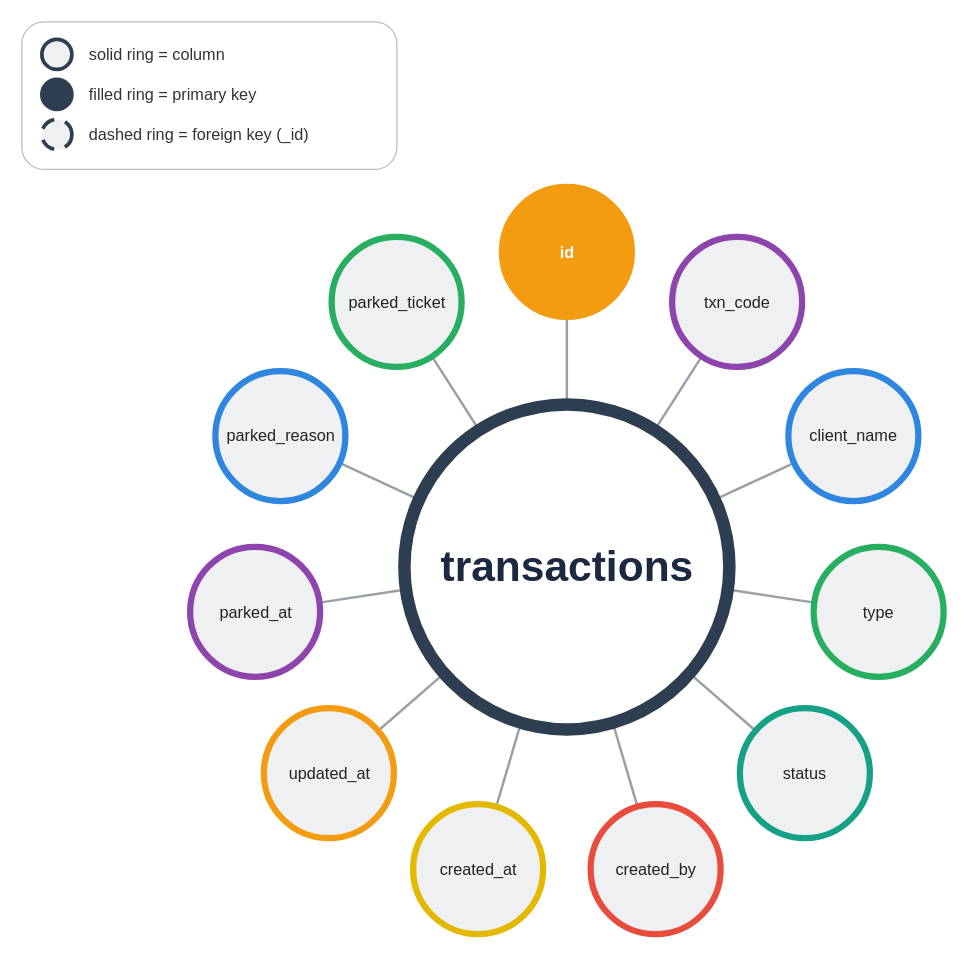
Above: page "transactions" (7 of 39) of Docs/CROMS_Data_Entry_Table_Diagrams.drawio in ivanpalogan/CROMS08082026 (draw.io), before the change. Source tidied: cells renumbered, new cells numbered last; positions are measured from the earlier drawing's top-left corner, leaving out a move shared by most shapes. Both pictures are drawn from the tidied source at 125%, with x=0, y=0 at pixel (21, 21).
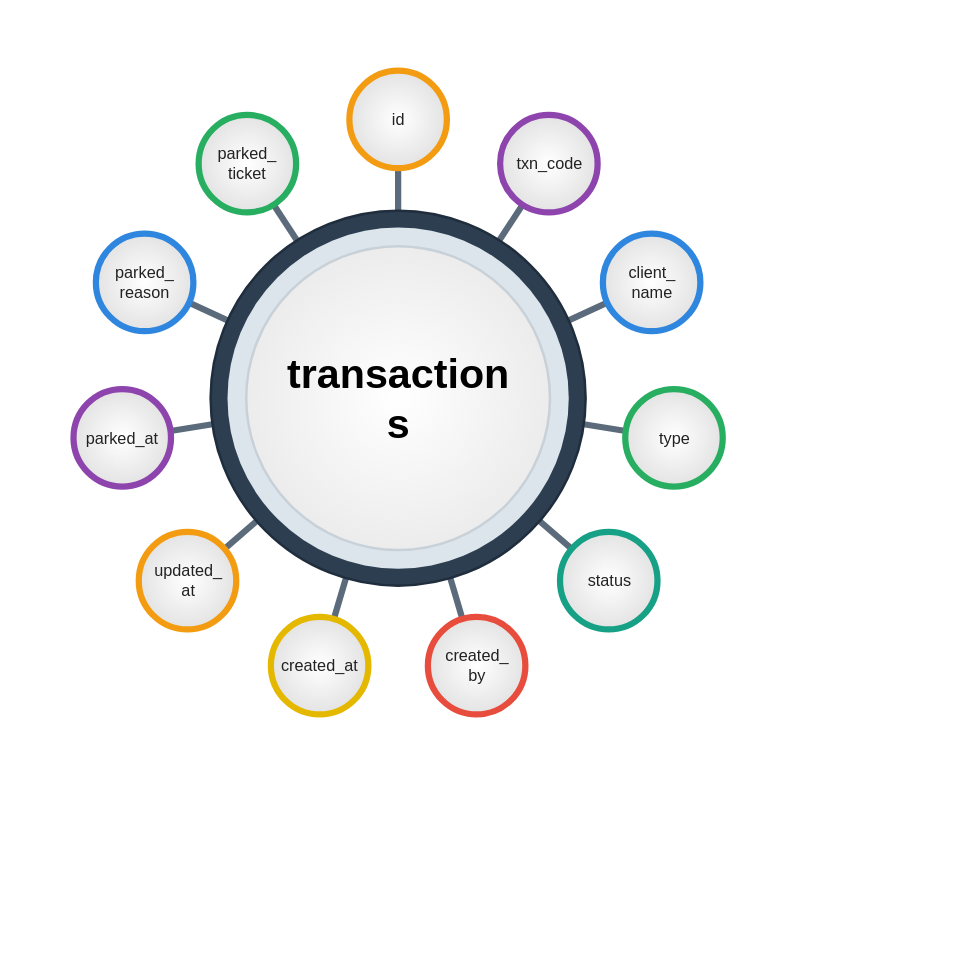
The same page after the edit.

Commit message (it also covers changes not shown here):
docs: bubble diagrams in the plain reference look (table name + column names only)

What changed in the source:
```diff
@@
-    <mxCell id="2" style="endArrow=none;startArrow=none;html=1;strokeColor=#9AA0A6;strokeWidth=2;" parent="1" edge="1" source="14" target="13">
+    <mxCell id="2" style="endArrow=none;startArrow=none;html=1;strokeColor=#5B6B7B;strokeWidth=5;" parent="1" edge="1" source="14" target="13">
       <mxGeometry relative="1" as="geometry" />
     </mxCell>
-    <mxCell id="3" style="endArrow=none;startArrow=none;html=1;strokeColor=#9AA0A6;strokeWidth=2;" parent="1" edge="1" source="15" target="13">
+    <mxCell id="3" style="endArrow=none;startArrow=none;html=1;strokeColor=#5B6B7B;strokeWidth=5;" parent="1" edge="1" source="15" target="13">
       <mxGeometry relative="1" as="geometry" />
     </mxCell>
-    <mxCell id="4" style="endArrow=none;startArrow=none;html=1;strokeColor=#9AA0A6;strokeWidth=2;" parent="1" edge="1" source="16" target="13">
+    <mxCell id="4" style="endArrow=none;startArrow=none;html=1;strokeColor=#5B6B7B;strokeWidth=5;" parent="1" edge="1" source="16" target="13">
       <mxGeometry relative="1" as="geometry" />
     </mxCell>
-    <mxCell id="5" style="endArrow=none;startArrow=none;html=1;strokeColor=#9AA0A6;strokeWidth=2;" parent="1" edge="1" source="17" target="13">
+    <mxCell id="5" style="endArrow=none;startArrow=none;html=1;strokeColor=#5B6B7B;strokeWidth=5;" parent="1" edge="1" source="17" target="13">
       <mxGeometry relative="1" as="geometry" />
     </mxCell>
-    <mxCell id="6" style="endArrow=none;startArrow=none;html=1;strokeColor=#9AA0A6;strokeWidth=2;" parent="1" edge="1" source="18" target="13">
+    <mxCell id="6" style="endArrow=none;startArrow=none;html=1;strokeColor=#5B6B7B;strokeWidth=5;" parent="1" edge="1" source="18" target="13">
       <mxGeometry relative="1" as="geometry" />
     </mxCell>
-    <mxCell id="7" style="endArrow=none;startArrow=none;html=1;strokeColor=#9AA0A6;strokeWidth=2;" parent="1" edge="1" source="19" target="13">
+    <mxCell id="7" style="endArrow=none;startArrow=none;html=1;strokeColor=#5B6B7B;strokeWidth=5;" parent="1" edge="1" source="19" target="13">
       <mxGeometry relative="1" as="geometry" />
     </mxCell>
-    <mxCell id="8" style="endArrow=none;startArrow=none;html=1;strokeColor=#9AA0A6;strokeWidth=2;" parent="1" edge="1" source="20" target="13">
+    <mxCell id="8" style="endArrow=none;startArrow=none;html=1;strokeColor=#5B6B7B;strokeWidth=5;" parent="1" edge="1" source="20" target="13">
       <mxGeometry relative="1" as="geometry" />
     </mxCell>
-    <mxCell id="9" style="endArrow=none;startArrow=none;html=1;strokeColor=#9AA0A6;strokeWidth=2;" parent="1" edge="1" source="21" target="13">
+    <mxCell id="9" style="endArrow=none;startArrow=none;html=1;strokeColor=#5B6B7B;strokeWidth=5;" parent="1" edge="1" source="21" target="13">
       <mxGeometry relative="1" as="geometry" />
     </mxCell>
-    <mxCell id="10" style="endArrow=none;startArrow=none;html=1;strokeColor=#9AA0A6;strokeWidth=2;" parent="1" edge="1" source="22" target="13">
+    <mxCell id="10" style="endArrow=none;startArrow=none;html=1;strokeColor=#5B6B7B;strokeWidth=5;" parent="1" edge="1" source="22" target="13">
       <mxGeometry relative="1" as="geometry" />
     </mxCell>
-    <mxCell id="11" style="endArrow=none;startArrow=none;html=1;strokeColor=#9AA0A6;strokeWidth=2;" parent="1" edge="1" source="23" target="13">
+    <mxCell id="11" style="endArrow=none;startArrow=none;html=1;strokeColor=#5B6B7B;strokeWidth=5;" parent="1" edge="1" source="23" target="13">
       <mxGeometry relative="1" as="geometry" />
     </mxCell>
-    <mxCell id="12" style="endArrow=none;startArrow=none;html=1;strokeColor=#9AA0A6;strokeWidth=2;" parent="1" edge="1" source="24" target="13">
+    <mxCell id="12" style="endArrow=none;startArrow=none;html=1;strokeColor=#5B6B7B;strokeWidth=5;" parent="1" edge="1" source="24" target="13">
       <mxGeometry relative="1" as="geometry" />
     </mxCell>
-    <mxCell id="13" value="transactions" style="ellipse;whiteSpace=nowrap;html=1;fontFamily=Arial;fontSize=34;fontStyle=1;fontColor=#1B2A41;fillColor=#FFFFFF;strokeColor=#2C3E50;strokeWidth=10;align=center;verticalAlign=middle;" parent="1" vertex="1">
-      <mxGeometry x="306" y="306" width="260" height="260" as="geometry" />
+    <mxCell id="13" style="ellipse;whiteSpace=nowrap;html=1;fillColor=#2C3E50;strokeColor=#1F2D3D;strokeWidth=2;" parent="1" vertex="1">
+      <mxGeometry x="151" y="151" width="300" height="300" as="geometry" />
     </mxCell>
+    <mxCell id="32" style="ellipse;whiteSpace=nowrap;html=1;fillColor=#DDE5EC;strokeColor=none;" parent="1" vertex="1">
+      <mxGeometry x="164.5" y="164.5" width="273" height="273" as="geometry" />
+    </mxCell>
+    <mxCell id="33" value="transaction&lt;br&gt;s" style="ellipse;whiteSpace=nowrap;html=1;fontFamily=Arial;fontSize=33;fontStyle=1;fontColor=#000000;fillColor=#FFFFFF;gradientColor=#ECECEC;gradientDirection=radial;strokeColor=#C9D1D8;strokeWidth=2;align=center;verticalAlign=middle;" parent="1" vertex="1">
+      <mxGeometry x="179.5" y="179.5" width="243" height="243" as="geometry" />
+    </mxCell>
-    <mxCell id="14" value="id" style="ellipse;whiteSpace=nowrap;html=1;fontFamily=Arial;fontSize=13;align=center;verticalAlign=middle;spacing=0;strokeWidth=5;fillColor=#F39C12;strokeColor=#F39C12;fontColor=#FFFFFF;fontStyle=1;" parent="1" vertex="1">
-      <mxGeometry x="384" y="132" width="104" height="104" as="geometry" />
+    <mxCell id="14" value="id" style="ellipse;whiteSpace=nowrap;html=1;fontFamily=Arial;fontSize=13;align=center;verticalAlign=middle;spacing=0;strokeWidth=5;fontColor=#222222;fillColor=#FFFFFF;gradientColor=#E3E3E3;gradientDirection=radial;strokeColor=#F39C12;" parent="1" vertex="1">
+      <mxGeometry x="262" y="39" width="78" height="78" as="geometry" />
     </mxCell>
-    <mxCell id="15" value="txn_code" style="ellipse;whiteSpace=nowrap;html=1;fontFamily=Arial;fontSize=13;align=center;verticalAlign=middle;spacing=0;strokeWidth=5;fillColor=#EEF0F2;strokeColor=#8E44AD;fontColor=#222222;" parent="1" vertex="1">
-      <mxGeometry x="520.2" y="172" width="104" height="104" as="geometry" />
+    <mxCell id="15" value="txn_code" style="ellipse;whiteSpace=nowrap;html=1;fontFamily=Arial;fontSize=13;align=center;verticalAlign=middle;spacing=0;strokeWidth=5;fontColor=#222222;fillColor=#FFFFFF;gradientColor=#E3E3E3;gradientDirection=radial;strokeColor=#8E44AD;" parent="1" vertex="1">
+      <mxGeometry x="382.6" y="74.4" width="78" height="78" as="geometry" />
     </mxCell>
-    <mxCell id="16" value="client_name" style="ellipse;whiteSpace=nowrap;html=1;fontFamily=Arial;fontSize=13;align=center;verticalAlign=middle;spacing=0;strokeWidth=5;fillColor=#EEF0F2;strokeColor=#2E86DE;fontColor=#222222;" parent="1" vertex="1">
-      <mxGeometry x="613.2" y="279.3" width="104" height="104" as="geometry" />
+    <mxCell id="16" value="client_&lt;br&gt;name" style="ellipse;whiteSpace=nowrap;html=1;fontFamily=Arial;fontSize=13;align=center;verticalAlign=middle;spacing=0;strokeWidth=5;fontColor=#222222;fillColor=#FFFFFF;gradientColor=#E3E3E3;gradientDirection=radial;strokeColor=#2E86DE;" parent="1" vertex="1">
+      <mxGeometry x="464.8" y="169.4" width="78" height="78" as="geometry" />
     </mxCell>
-    <mxCell id="17" value="type" style="ellipse;whiteSpace=nowrap;html=1;fontFamily=Arial;fontSize=13;align=center;verticalAlign=middle;spacing=0;strokeWidth=5;fillColor=#EEF0F2;strokeColor=#27AE60;fontColor=#222222;" parent="1" vertex="1">
-      <mxGeometry x="633.4" y="419.9" width="104" height="104" as="geometry" />
+    <mxCell id="17" value="type" style="ellipse;whiteSpace=nowrap;html=1;fontFamily=Arial;fontSize=13;align=center;verticalAlign=middle;spacing=0;strokeWidth=5;fontColor=#222222;fillColor=#FFFFFF;gradientColor=#E3E3E3;gradientDirection=radial;strokeColor=#27AE60;" parent="1" vertex="1">
+      <mxGeometry x="482.7" y="293.7" width="78" height="78" as="geometry" />
     </mxCell>
-    <mxCell id="18" value="status" style="ellipse;whiteSpace=nowrap;html=1;fontFamily=Arial;fontSize=13;align=center;verticalAlign=middle;spacing=0;strokeWidth=5;fillColor=#EEF0F2;strokeColor=#16A085;fontColor=#222222;" parent="1" vertex="1">
-      <mxGeometry x="574.4" y="549" width="104" height="104" as="geometry" />
+    <mxCell id="18" value="status" style="ellipse;whiteSpace=nowrap;html=1;fontFamily=Arial;fontSize=13;align=center;verticalAlign=middle;spacing=0;strokeWidth=5;fontColor=#222222;fillColor=#FFFFFF;gradientColor=#E3E3E3;gradientDirection=radial;strokeColor=#16A085;" parent="1" vertex="1">
+      <mxGeometry x="430.5" y="408" width="78" height="78" as="geometry" />
     </mxCell>
-    <mxCell id="19" value="created_by" style="ellipse;whiteSpace=nowrap;html=1;fontFamily=Arial;fontSize=13;align=center;verticalAlign=middle;spacing=0;strokeWidth=5;fillColor=#EEF0F2;strokeColor=#E74C3C;fontColor=#222222;" parent="1" vertex="1">
-      <mxGeometry x="455" y="625.8" width="104" height="104" as="geometry" />
+    <mxCell id="19" value="created_&lt;br&gt;by" style="ellipse;whiteSpace=nowrap;html=1;fontFamily=Arial;fontSize=13;align=center;verticalAlign=middle;spacing=0;strokeWidth=5;fontColor=#222222;fillColor=#FFFFFF;gradientColor=#E3E3E3;gradientDirection=radial;strokeColor=#E74C3C;" parent="1" vertex="1">
+      <mxGeometry x="324.8" y="476" width="78" height="78" as="geometry" />
     </mxCell>
-    <mxCell id="20" value="created_at" style="ellipse;whiteSpace=nowrap;html=1;fontFamily=Arial;fontSize=13;align=center;verticalAlign=middle;spacing=0;strokeWidth=5;fillColor=#EEF0F2;strokeColor=#E5B800;fontColor=#222222;" parent="1" vertex="1">
-      <mxGeometry x="313" y="625.8" width="104" height="104" as="geometry" />
+    <mxCell id="20" value="created_at" style="ellipse;whiteSpace=nowrap;html=1;fontFamily=Arial;fontSize=13;align=center;verticalAlign=middle;spacing=0;strokeWidth=5;fontColor=#222222;fillColor=#FFFFFF;gradientColor=#E3E3E3;gradientDirection=radial;strokeColor=#E5B800;" parent="1" vertex="1">
+      <mxGeometry x="199.2" y="476" width="78" height="78" as="geometry" />
     </mxCell>
-    <mxCell id="21" value="updated_at" style="ellipse;whiteSpace=nowrap;html=1;fontFamily=Arial;fontSize=13;align=center;verticalAlign=middle;spacing=0;strokeWidth=5;fillColor=#EEF0F2;strokeColor=#F39C12;fontColor=#222222;" parent="1" vertex="1">
-      <mxGeometry x="193.6" y="549" width="104" height="104" as="geometry" />
+    <mxCell id="21" value="updated_&lt;br&gt;at" style="ellipse;whiteSpace=nowrap;html=1;fontFamily=Arial;fontSize=13;align=center;verticalAlign=middle;spacing=0;strokeWidth=5;fontColor=#222222;fillColor=#FFFFFF;gradientColor=#E3E3E3;gradientDirection=radial;strokeColor=#F39C12;" parent="1" vertex="1">
+      <mxGeometry x="93.5" y="408" width="78" height="78" as="geometry" />
     </mxCell>
-    <mxCell id="22" value="parked_at" style="ellipse;whiteSpace=nowrap;html=1;fontFamily=Arial;fontSize=13;align=center;verticalAlign=middle;spacing=0;strokeWidth=5;fillColor=#EEF0F2;strokeColor=#8E44AD;fontColor=#222222;" parent="1" vertex="1">
-      <mxGeometry x="134.6" y="419.9" width="104" height="104" as="geometry" />
+    <mxCell id="22" value="parked_at" style="ellipse;whiteSpace=nowrap;html=1;fontFamily=Arial;fontSize=13;align=center;verticalAlign=middle;spacing=0;strokeWidth=5;fontColor=#222222;fillColor=#FFFFFF;gradientColor=#E3E3E3;gradientDirection=radial;strokeColor=#8E44AD;" parent="1" vertex="1">
+      <mxGeometry x="41.3" y="293.7" width="78" height="78" as="geometry" />
     </mxCell>
-    <mxCell id="23" value="parked_reason" style="ellipse;whiteSpace=nowrap;html=1;fontFamily=Arial;fontSize=13;align=center;verticalAlign=middle;spacing=0;strokeWidth=5;fillColor=#EEF0F2;strokeColor=#2E86DE;fontColor=#222222;" parent="1" vertex="1">
-      <mxGeometry x="154.8" y="279.3" width="104" height="104" as="geometry" />
+    <mxCell id="23" value="parked_&lt;br&gt;reason" style="ellipse;whiteSpace=nowrap;html=1;fontFamily=Arial;fontSize=13;align=center;verticalAlign=middle;spacing=0;strokeWidth=5;fontColor=#222222;fillColor=#FFFFFF;gradientColor=#E3E3E3;gradientDirection=radial;strokeColor=#2E86DE;" parent="1" vertex="1">
+      <mxGeometry x="59.2" y="169.4" width="78" height="78" as="geometry" />
     </mxCell>
-    <mxCell id="24" value="parked_ticket" style="ellipse;whiteSpace=nowrap;html=1;fontFamily=Arial;fontSize=13;align=center;verticalAlign=middle;spacing=0;strokeWidth=5;fillColor=#EEF0F2;strokeColor=#27AE60;fontColor=#222222;" parent="1" vertex="1">
-      <mxGeometry x="247.8" y="172" width="104" height="104" as="geometry" />
+    <mxCell id="24" value="parked_&lt;br&gt;ticket" style="ellipse;whiteSpace=nowrap;html=1;fontFamily=Arial;fontSize=13;align=center;verticalAlign=middle;spacing=0;strokeWidth=5;fontColor=#222222;fillColor=#FFFFFF;gradientColor=#E3E3E3;gradientDirection=radial;strokeColor=#27AE60;" parent="1" vertex="1">
+      <mxGeometry x="141.4" y="74.4" width="78" height="78" as="geometry" />
     </mxCell>
-    <mxCell id="25" style="rounded=1;whiteSpace=wrap;html=1;fillColor=#FFFFFF;strokeColor=#BBBBBB;" parent="1" vertex="1">
-      <mxGeometry width="300" height="118" as="geometry" />
-    </mxCell>
-    <mxCell id="26" style="ellipse;html=1;strokeWidth=3;strokeColor=#2C3E50;fillColor=#EEF0F2;" parent="1" vertex="1">
-      <mxGeometry x="16" y="14" width="24" height="24" as="geometry" />
-    </mxCell>
-    <mxCell id="27" value="solid ring = column" style="text;html=1;align=left;verticalAlign=middle;fontFamily=Arial;fontSize=13;fontColor=#333333;" parent="1" vertex="1">
-      <mxGeometry x="52" y="14" width="236" height="24" as="geometry" />
-    </mxCell>
-    <mxCell id="28" style="ellipse;html=1;strokeWidth=3;strokeColor=#2C3E50;fillColor=#2C3E50;" parent="1" vertex="1">
-      <mxGeometry x="16" y="46" width="24" height="24" as="geometry" />
-    </mxCell>
-    <mxCell id="29" value="filled ring = primary key" style="text;html=1;align=left;verticalAlign=middle;fontFamily=Arial;fontSize=13;fontColor=#333333;" parent="1" vertex="1">
-      <mxGeometry x="52" y="46" width="236" height="24" as="geometry" />
-    </mxCell>
-    <mxCell id="30" style="ellipse;html=1;strokeWidth=3;strokeColor=#2C3E50;fillColor=#EEF0F2;dashed=1;dashPattern=4 3;" parent="1" vertex="1">
-      <mxGeometry x="16" y="78" width="24" height="24" as="geometry" />
-    </mxCell>
-    <mxCell id="31" value="dashed ring = foreign key (_id)" style="text;html=1;align=left;verticalAlign=middle;fontFamily=Arial;fontSize=13;fontColor=#333333;" parent="1" vertex="1">
-      <mxGeometry x="52" y="78" width="236" height="24" as="geometry" />
-    </mxCell>
```
